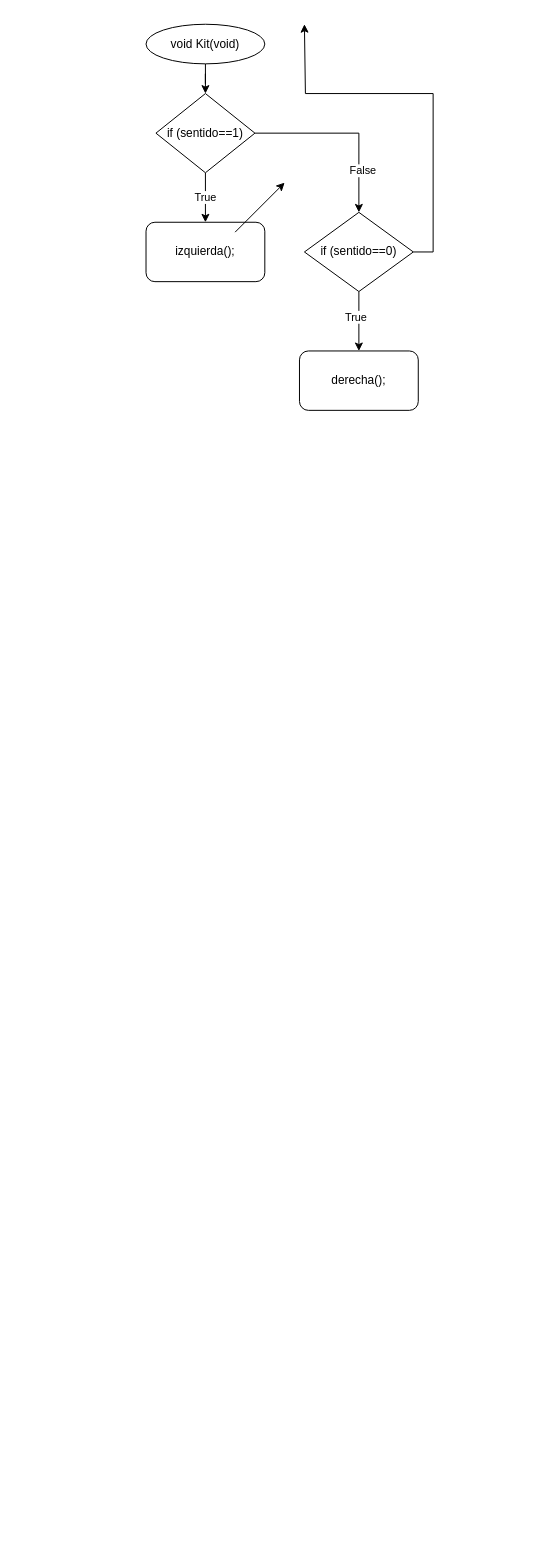
Before: KIT.drawio in rulgamer03/Mapas, a draw.io diagram. Source tidied: cells renumbered, new cells numbered last; positions are measured from the earlier drawing's top-left corner, leaving out a move shared by most shapes. Both pictures are drawn from the tidied source at 99%, with x=0, y=0 at pixel (146, 24).
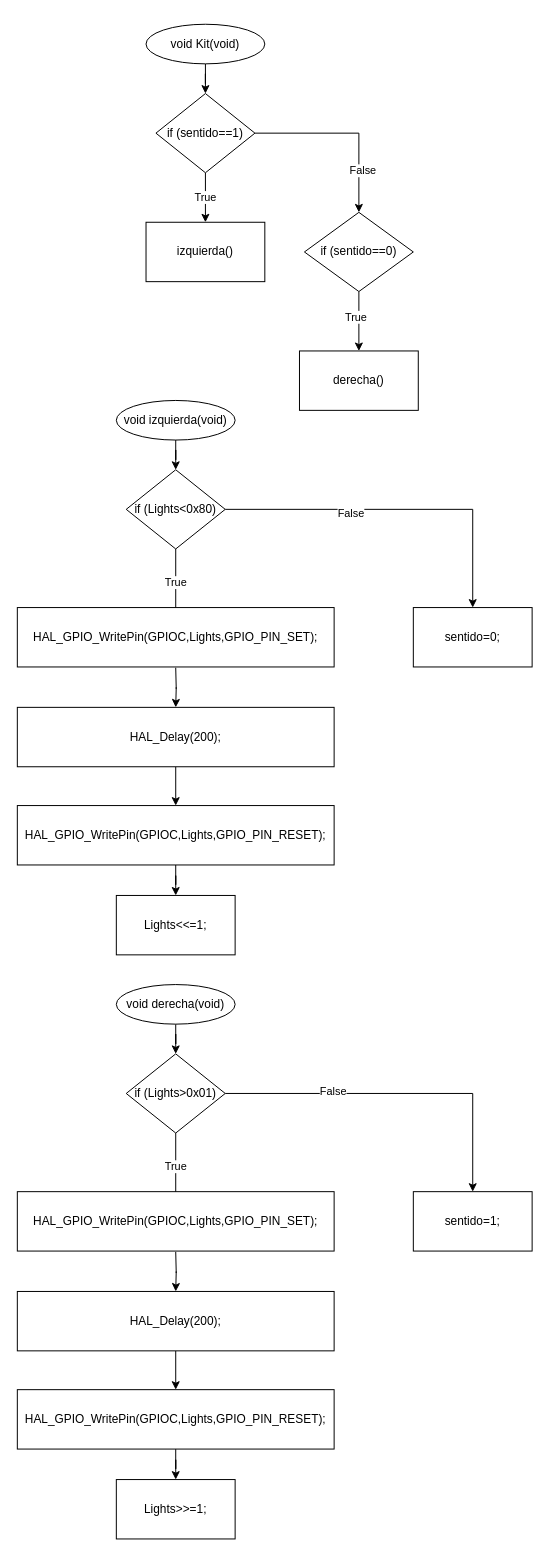
After the change.

The change refers to these unchanged cells:
```xml
<mxCell id="8" value="if (sentido==1)" style="rhombus;whiteSpace=wrap;html=1;" parent="1" vertex="1">
  <mxGeometry x="10" y="70" width="100" height="80" as="geometry" />
</mxCell>
<mxCell id="13" value="if (sentido==0)" style="rhombus;whiteSpace=wrap;html=1;" parent="1" vertex="1">
  <mxGeometry x="160" y="190" width="110" height="80" as="geometry" />
</mxCell>
```

Change to the diagram source:
```diff
@@
-    <mxCell id="4" style="edgeStyle=orthogonalEdgeStyle;rounded=0;jettySize=auto;html=1;entryX=0.5;entryY=0;entryDx=0;entryDy=0;" parent="1" edge="1" source="8" target="9">
-      <mxGeometry relative="1" as="geometry" />
+    <mxCell id="4" style="edgeStyle=orthogonalEdgeStyle;rounded=0;jettySize=auto;html=1;entryX=0.5;entryY=0;entryDx=0;entryDy=0;" parent="1" edge="1" source="8">
+      <mxGeometry relative="1" as="geometry">
+        <mxPoint x="60" y="200" as="targetPoint" />
+      </mxGeometry>
     </mxCell>
@@
-    <mxCell id="9" value="izquierda();" style="rounded=1;whiteSpace=wrap;html=1;" parent="1" vertex="1">
-      <mxGeometry y="200" width="120" height="60" as="geometry" />
-    </mxCell>
@@
-    <mxCell id="12" style="edgeStyle=orthogonalEdgeStyle;rounded=0;jettySize=auto;html=1;exitX=1;exitY=0.5;exitDx=0;exitDy=0;" parent="1" edge="1" source="13">
-      <mxGeometry relative="1" as="geometry">
-        <mxPoint x="160" as="targetPoint" />
-        <Array as="points">
-          <mxPoint x="290" y="230" />
-          <mxPoint x="290" y="70" />
-          <mxPoint x="161" y="70" />
-          <mxPoint x="161" />
-        </Array>
-      </mxGeometry>
-    </mxCell>
@@
-    <mxCell id="14" value="derecha();" style="rounded=1;whiteSpace=wrap;html=1;" parent="1" vertex="1">
-      <mxGeometry x="155" y="330" width="120" height="60" as="geometry" />
-    </mxCell>
-    <mxCell id="15" style="endArrow=classic;html=1;rounded=0;" parent="1" edge="1">
-      <mxGeometry relative="1" as="geometry">
-        <mxPoint x="90" y="210" as="sourcePoint" />
-        <mxPoint x="140" y="160" as="targetPoint" />
-      </mxGeometry>
-    </mxCell>
+    <mxCell id="16" style="edgeStyle=orthogonalEdgeStyle;rounded=0;jettySize=auto;html=1;entryX=0.5;entryY=0;entryDx=0;entryDy=0;" parent="1" edge="1" source="17" target="22">
+      <mxGeometry relative="1" as="geometry" />
+    </mxCell>
+    <mxCell id="17" value="void izquierda(void)" style="ellipse;whiteSpace=wrap;html=1;" parent="1" vertex="1">
+      <mxGeometry x="-30" y="380" width="120" height="40" as="geometry" />
+    </mxCell>
+    <mxCell id="18" style="edgeStyle=orthogonalEdgeStyle;rounded=0;jettySize=auto;html=1;entryX=0.5;entryY=0;entryDx=0;entryDy=0;" parent="1" edge="1" source="22">
+      <mxGeometry relative="1" as="geometry">
+        <mxPoint x="30" y="599.2" as="targetPoint" />
+      </mxGeometry>
+    </mxCell>
+    <mxCell id="19" value="True" style="edgeLabel;html=1;align=center;verticalAlign=middle;" parent="18" vertex="1">
+      <mxGeometry x="-0.04" y="-1" relative="1" as="geometry" />
+    </mxCell>
+    <mxCell id="20" style="edgeStyle=orthogonalEdgeStyle;rounded=0;jettySize=auto;html=1;entryX=0.5;entryY=0;entryDx=0;entryDy=0;" parent="1" edge="1" source="22" target="32">
+      <mxGeometry relative="1" as="geometry" />
+    </mxCell>
+    <mxCell id="21" value="False" style="edgeLabel;html=1;align=center;verticalAlign=middle;" parent="20" vertex="1">
+      <mxGeometry x="-0.28" y="-3" relative="1" as="geometry" />
+    </mxCell>
+    <mxCell id="22" value="if (Lights&amp;lt;0x80)" style="rhombus;whiteSpace=wrap;html=1;" parent="1" vertex="1">
+      <mxGeometry x="-20" y="450" width="100" height="80" as="geometry" />
+    </mxCell>
+    <mxCell id="23" style="edgeStyle=orthogonalEdgeStyle;rounded=0;orthogonalLoop=1;jettySize=auto;html=1;entryX=0.5;entryY=0;entryDx=0;entryDy=0;" parent="1" edge="1">
+      <mxGeometry relative="1" as="geometry">
+        <mxPoint x="30" y="650" as="sourcePoint" />
+        <mxPoint x="30" y="690" as="targetPoint" />
+      </mxGeometry>
+    </mxCell>
+    <mxCell id="24" style="edgeStyle=orthogonalEdgeStyle;rounded=0;orthogonalLoop=1;jettySize=auto;html=1;" parent="1" edge="1">
+      <mxGeometry relative="1" as="geometry">
+        <mxPoint x="30" y="750" as="sourcePoint" />
+        <mxPoint x="30" y="789.2" as="targetPoint" />
+      </mxGeometry>
+    </mxCell>
+    <mxCell id="25" value="HAL_GPIO_WritePin(GPIOC,Lights,GPIO_PIN_SET);" style="rounded=0;whiteSpace=wrap;html=1;" parent="1" vertex="1">
+      <mxGeometry x="-130" y="589.2" width="320" height="60" as="geometry" />
+    </mxCell>
+    <mxCell id="26" value="izquierda()" style="rounded=0;whiteSpace=wrap;html=1;" parent="1" vertex="1">
+      <mxGeometry y="200" width="120" height="60" as="geometry" />
+    </mxCell>
+    <mxCell id="27" value="derecha()" style="rounded=0;whiteSpace=wrap;html=1;" parent="1" vertex="1">
+      <mxGeometry x="155" y="330" width="120" height="60" as="geometry" />
+    </mxCell>
+    <mxCell id="28" value="HAL_Delay(200);" style="rounded=0;whiteSpace=wrap;html=1;" parent="1" vertex="1">
+      <mxGeometry x="-130" y="690" width="320" height="60" as="geometry" />
+    </mxCell>
+    <mxCell id="29" style="edgeStyle=orthogonalEdgeStyle;rounded=0;jettySize=auto;html=1;entryX=0.5;entryY=0;entryDx=0;entryDy=0;" parent="1" edge="1" source="30" target="31">
+      <mxGeometry relative="1" as="geometry" />
+    </mxCell>
+    <mxCell id="30" value="HAL_GPIO_WritePin(GPIOC,Lights,GPIO_PIN_RESET);" style="rounded=0;whiteSpace=wrap;html=1;" parent="1" vertex="1">
+      <mxGeometry x="-130" y="789.2" width="320" height="60" as="geometry" />
+    </mxCell>
+    <mxCell id="31" value="Lights&amp;lt;&amp;lt;=1;" style="rounded=0;whiteSpace=wrap;html=1;" parent="1" vertex="1">
+      <mxGeometry x="-30" y="880" width="120" height="60" as="geometry" />
+    </mxCell>
+    <mxCell id="32" value="sentido=0;" style="rounded=0;whiteSpace=wrap;html=1;" parent="1" vertex="1">
+      <mxGeometry x="270" y="589.2" width="120" height="60" as="geometry" />
+    </mxCell>
+    <mxCell id="33" style="edgeStyle=orthogonalEdgeStyle;rounded=0;jettySize=auto;html=1;entryX=0.5;entryY=0;entryDx=0;entryDy=0;" parent="1" edge="1" source="34" target="39">
+      <mxGeometry relative="1" as="geometry" />
+    </mxCell>
+    <mxCell id="34" value="void derecha(void)" style="ellipse;whiteSpace=wrap;html=1;" parent="1" vertex="1">
+      <mxGeometry x="-30" y="970" width="120" height="40" as="geometry" />
+    </mxCell>
+    <mxCell id="35" style="edgeStyle=orthogonalEdgeStyle;rounded=0;jettySize=auto;html=1;entryX=0.5;entryY=0;entryDx=0;entryDy=0;" parent="1" edge="1" source="39">
+      <mxGeometry relative="1" as="geometry">
+        <mxPoint x="30" y="1189.2" as="targetPoint" />
+      </mxGeometry>
+    </mxCell>
+    <mxCell id="36" value="True" style="edgeLabel;html=1;align=center;verticalAlign=middle;" parent="35" vertex="1">
+      <mxGeometry x="-0.04" y="-1" relative="1" as="geometry" />
+    </mxCell>
+    <mxCell id="37" style="edgeStyle=orthogonalEdgeStyle;rounded=0;jettySize=auto;html=1;entryX=0.5;entryY=0;entryDx=0;entryDy=0;" parent="1" edge="1" source="39" target="47">
+      <mxGeometry relative="1" as="geometry" />
+    </mxCell>
+    <mxCell id="38" value="False" style="edgeLabel;html=1;align=center;verticalAlign=middle;" parent="37" vertex="1">
+      <mxGeometry x="-0.38" y="3" relative="1" as="geometry" />
+    </mxCell>
+    <mxCell id="39" value="if (Lights&amp;gt;0x01)" style="rhombus;whiteSpace=wrap;html=1;" parent="1" vertex="1">
+      <mxGeometry x="-20" y="1040" width="100" height="80" as="geometry" />
+    </mxCell>
+    <mxCell id="40" style="edgeStyle=orthogonalEdgeStyle;rounded=0;orthogonalLoop=1;jettySize=auto;html=1;entryX=0.5;entryY=0;entryDx=0;entryDy=0;" parent="1" edge="1">
+      <mxGeometry relative="1" as="geometry">
+        <mxPoint x="30" y="1240" as="sourcePoint" />
+        <mxPoint x="30" y="1280" as="targetPoint" />
+      </mxGeometry>
+    </mxCell>
+    <mxCell id="41" style="edgeStyle=orthogonalEdgeStyle;rounded=0;orthogonalLoop=1;jettySize=auto;html=1;" parent="1" edge="1">
+      <mxGeometry relative="1" as="geometry">
+        <mxPoint x="30" y="1340" as="sourcePoint" />
+        <mxPoint x="30" y="1379.2" as="targetPoint" />
+      </mxGeometry>
+    </mxCell>
+    <mxCell id="42" value="HAL_GPIO_WritePin(GPIOC,Lights,GPIO_PIN_SET);" style="rounded=0;whiteSpace=wrap;html=1;" parent="1" vertex="1">
+      <mxGeometry x="-130" y="1179.2" width="320" height="60" as="geometry" />
+    </mxCell>
+    <mxCell id="43" value="HAL_Delay(200);" style="rounded=0;whiteSpace=wrap;html=1;" parent="1" vertex="1">
+      <mxGeometry x="-130" y="1280" width="320" height="60" as="geometry" />
+    </mxCell>
+    <mxCell id="44" style="edgeStyle=orthogonalEdgeStyle;rounded=0;jettySize=auto;html=1;entryX=0.5;entryY=0;entryDx=0;entryDy=0;" parent="1" edge="1" source="45" target="46">
+      <mxGeometry relative="1" as="geometry" />
+    </mxCell>
+    <mxCell id="45" value="HAL_GPIO_WritePin(GPIOC,Lights,GPIO_PIN_RESET);" style="rounded=0;whiteSpace=wrap;html=1;" parent="1" vertex="1">
+      <mxGeometry x="-130" y="1379.2" width="320" height="60" as="geometry" />
+    </mxCell>
+    <mxCell id="46" value="Lights&amp;gt;&amp;gt;=1;" style="rounded=0;whiteSpace=wrap;html=1;" parent="1" vertex="1">
+      <mxGeometry x="-30" y="1470" width="120" height="60" as="geometry" />
+    </mxCell>
+    <mxCell id="47" value="sentido=1;" style="rounded=0;whiteSpace=wrap;html=1;" parent="1" vertex="1">
+      <mxGeometry x="270" y="1179.2" width="120" height="60" as="geometry" />
+    </mxCell>
```
